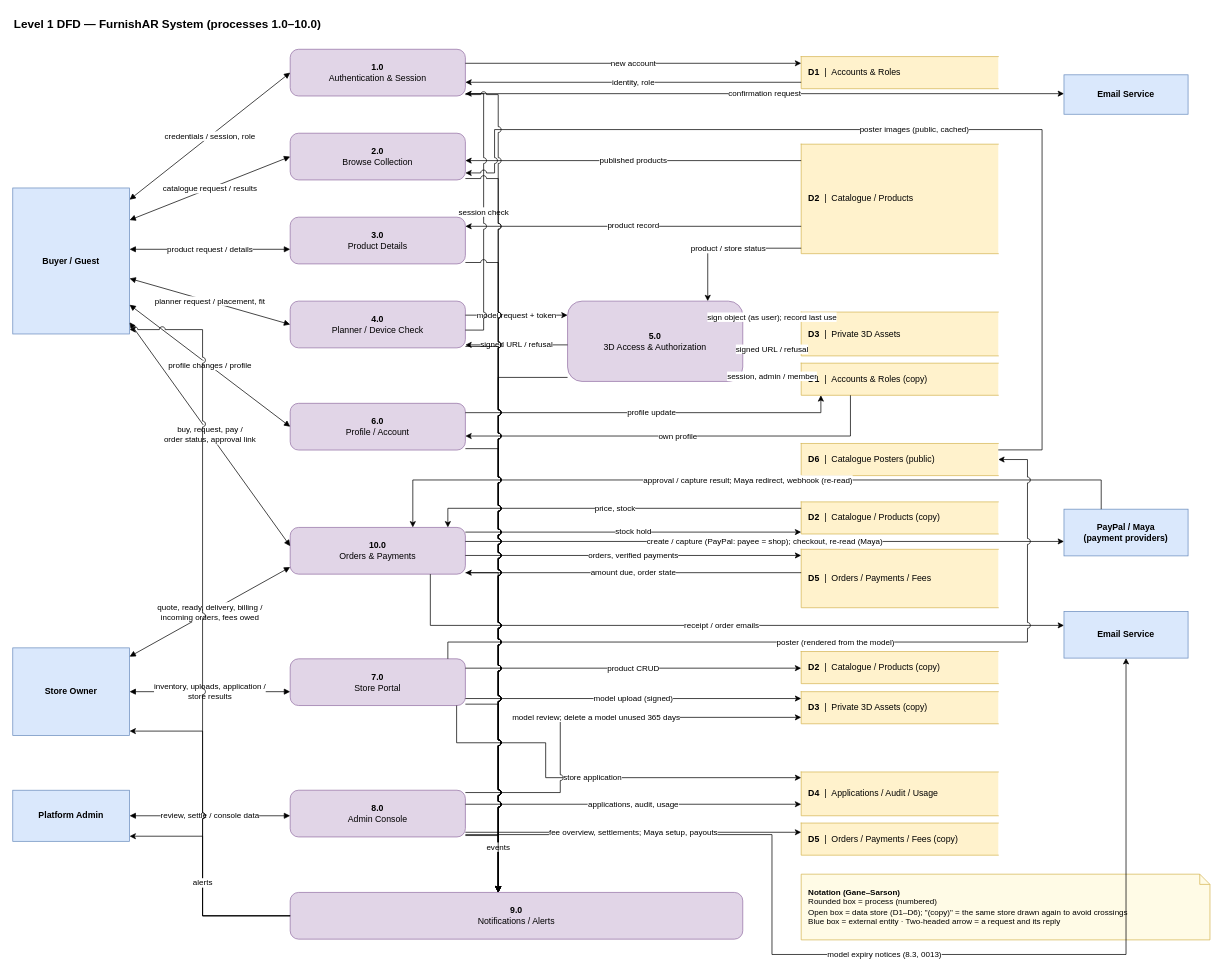
Earlier version of the draw.io diagram page "Level 1 — System DFD" (2 of 15) of docs/FURNISHAR-DFD-V2.drawio (Kenji0000X/FurnishAR.v1). Source tidied: cells renumbered, new cells numbered last; positions are measured from the earlier drawing's top-left corner, leaving out a move shared by most shapes. Both pictures are drawn from the tidied source at 73%, with x=0, y=0 at pixel (12, 12).
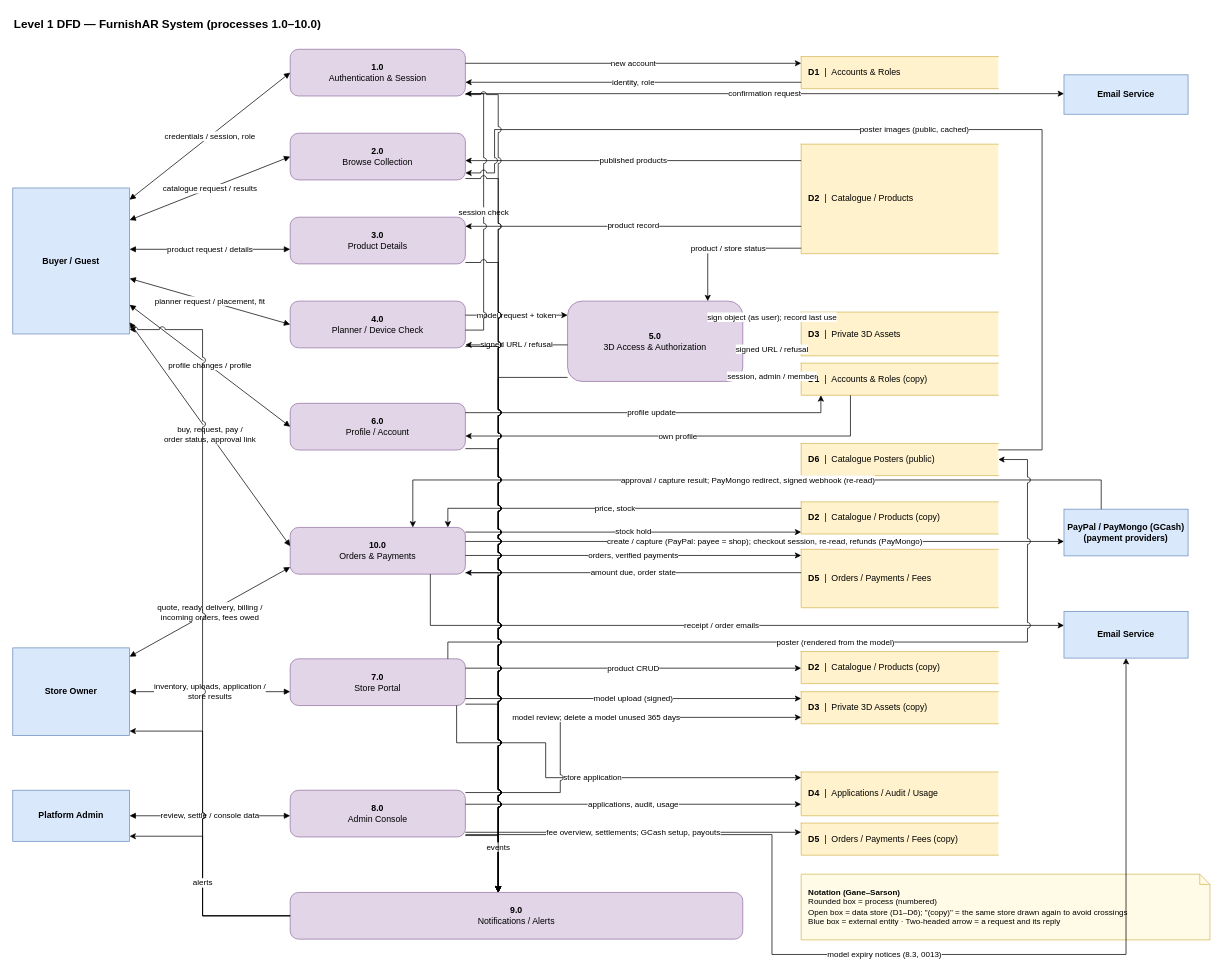
After the change.

The change refers to these unchanged cells:
```xml
<mxCell id="14" value="&lt;b&gt;10.0&lt;/b&gt;&lt;br&gt;Orders &amp;amp; Payments" style="rounded=1;whiteSpace=wrap;html=1;fillColor=#e1d5e7;strokeColor=#9673a6;arcSize=18;" parent="1" vertex="1">
  <mxGeometry x="380" y="705" width="240" height="64" as="geometry" />
</mxCell>
<mxCell id="16" value="&lt;b&gt;8.0&lt;/b&gt;&lt;br&gt;Admin Console" style="rounded=1;whiteSpace=wrap;html=1;fillColor=#e1d5e7;strokeColor=#9673a6;arcSize=18;" parent="1" vertex="1">
  <mxGeometry x="380" y="1065" width="240" height="64" as="geometry" />
</mxCell>
<mxCell id="29" value="&lt;b&gt;D5&lt;/b&gt;&amp;nbsp;&amp;nbsp;|&amp;nbsp;&amp;nbsp;Orders / Payments / Fees (copy)" style="shape=partialRectangle;whiteSpace=wrap;html=1;right=0;fillColor=#fff2cc;strokeColor=#d6b656;align=left;spacingLeft=8;" parent="1" vertex="1">
  <mxGeometry x="1080" y="1110" width="270" height="44" as="geometry" />
</mxCell>
```

Change to the diagram source:
```diff
@@
-    <mxCell id="7" value="PayPal / Maya&lt;br&gt;(payment providers)" style="rounded=0;whiteSpace=wrap;html=1;fillColor=#dae8fc;strokeColor=#6c8ebf;fontStyle=1;" parent="1" vertex="1">
+    <mxCell id="7" value="PayPal / PayMongo (GCash)&lt;br&gt;(payment providers)" style="rounded=0;whiteSpace=wrap;html=1;fillColor=#dae8fc;strokeColor=#6c8ebf;fontStyle=1;" parent="1" vertex="1">
       <mxGeometry x="1440" y="680" width="170" height="64" as="geometry" />
     </mxCell>
@@
-    <mxCell id="56" value="create / capture (PayPal: payee = shop); checkout, re-read (Maya)" style="edgeStyle=orthogonalEdgeStyle;rounded=0;jettySize=auto;html=1;fontSize=11;labelBackgroundColor=#ffffff;jumpStyle=arc;jumpSize=8;exitX=1;exitY=0.3;exitDx=0;exitDy=0;entryX=0;entryY=0.6906;entryDx=0;entryDy=0;" parent="1" edge="1" source="14" target="7">
+    <mxCell id="56" value="create / capture (PayPal: payee = shop); checkout session, re-read, refunds (PayMongo)" style="edgeStyle=orthogonalEdgeStyle;rounded=0;jettySize=auto;html=1;fontSize=11;labelBackgroundColor=#ffffff;jumpStyle=arc;jumpSize=8;exitX=1;exitY=0.3;exitDx=0;exitDy=0;entryX=0;entryY=0.6906;entryDx=0;entryDy=0;" parent="1" edge="1" source="14" target="7">
       <mxGeometry relative="1" as="geometry" />
     </mxCell>
-    <mxCell id="57" value="approval / capture result; Maya redirect, webhook (re-read)" style="edgeStyle=orthogonalEdgeStyle;rounded=0;jettySize=auto;html=1;fontSize=11;labelBackgroundColor=#ffffff;jumpStyle=arc;jumpSize=8;exitX=0.3;exitY=0;exitDx=0;exitDy=0;entryX=0.7;entryY=0;entryDx=0;entryDy=0;" parent="1" edge="1" source="7" target="14">
+    <mxCell id="57" value="approval / capture result; PayMongo redirect, signed webhook (re-read)" style="edgeStyle=orthogonalEdgeStyle;rounded=0;jettySize=auto;html=1;fontSize=11;labelBackgroundColor=#ffffff;jumpStyle=arc;jumpSize=8;exitX=0.3;exitY=0;exitDx=0;exitDy=0;entryX=0.7;entryY=0;entryDx=0;entryDy=0;" parent="1" edge="1" source="7" target="14">
       <mxGeometry relative="1" as="geometry">
         <Array as="points">
           <mxPoint x="1491" y="640" />
           <mxPoint x="548" y="640" />
         </Array>
       </mxGeometry>
     </mxCell>
@@
-    <mxCell id="68" value="fee overview, settlements; Maya setup, payouts" style="edgeStyle=orthogonalEdgeStyle;rounded=0;jettySize=auto;html=1;fontSize=11;labelBackgroundColor=#ffffff;jumpStyle=arc;jumpSize=8;exitX=1;exitY=0.9;exitDx=0;exitDy=0;entryX=0;entryY=0.2864;entryDx=0;entryDy=0;" parent="1" edge="1" source="16" target="29">
+    <mxCell id="68" value="fee overview, settlements; GCash setup, payouts" style="edgeStyle=orthogonalEdgeStyle;rounded=0;jettySize=auto;html=1;fontSize=11;labelBackgroundColor=#ffffff;jumpStyle=arc;jumpSize=8;exitX=1;exitY=0.9;exitDx=0;exitDy=0;entryX=0;entryY=0.2864;entryDx=0;entryDy=0;" parent="1" edge="1" source="16" target="29">
       <mxGeometry relative="1" as="geometry" />
     </mxCell>
```
